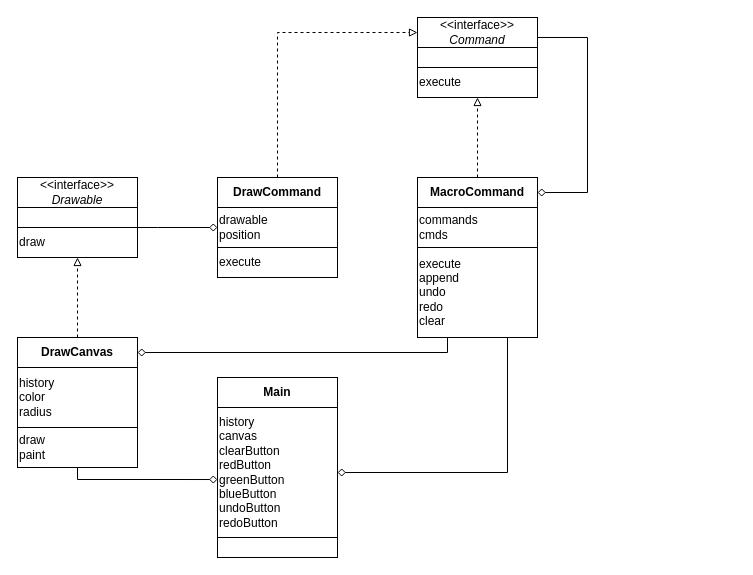
Above: Command Pattern.drawio in HYEONJI-K/2021 (draw.io), before the change. Source tidied: cells renumbered, new cells numbered last; positions are measured from the earlier drawing's top-left corner, leaving out a move shared by most shapes. Both pictures are drawn from the tidied source at 100%, with x=0, y=0 at pixel (17, 17).
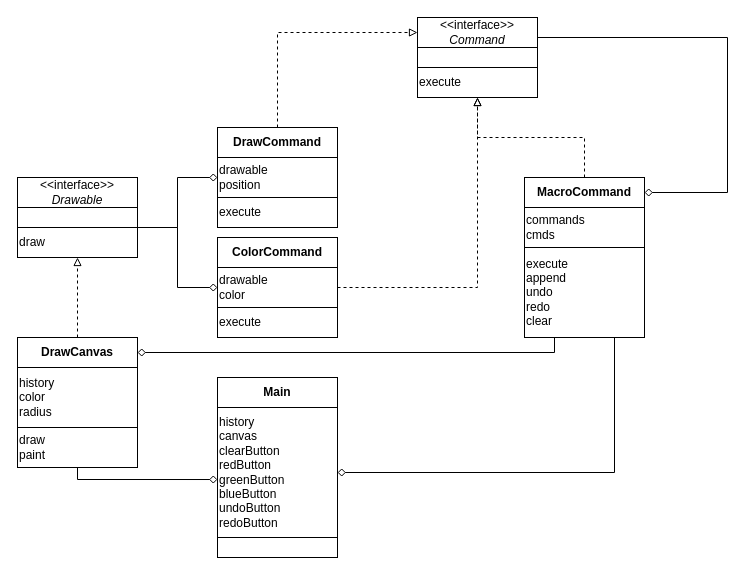
Above is the later version.

The change refers to these unchanged cells:
```xml
<mxCell id="3" style="rounded=0;whiteSpace=wrap;html=1;" parent="1" vertex="1">
  <mxGeometry x="400" y="30" width="120" height="20" as="geometry" />
</mxCell>
<mxCell id="4" value="execute" style="rounded=0;whiteSpace=wrap;html=1;align=left;" parent="1" vertex="1">
  <mxGeometry x="400" y="50" width="120" height="30" as="geometry" />
</mxCell>
<mxCell id="17" value="draw" style="rounded=0;whiteSpace=wrap;html=1;align=left;" parent="1" vertex="1">
  <mxGeometry y="210" width="120" height="30" as="geometry" />
</mxCell>
<mxCell id="20" value="&lt;b&gt;DrawCanvas&lt;/b&gt;" style="rounded=0;whiteSpace=wrap;html=1;" parent="1" vertex="1">
  <mxGeometry y="320" width="120" height="30" as="geometry" />
</mxCell>
```

Change to the diagram source:
```diff
@@
     <mxCell id="5" style="edgeStyle=orthogonalEdgeStyle;rounded=0;jettySize=auto;html=1;exitX=1;exitY=0.5;exitDx=0;exitDy=0;entryX=1;entryY=0;entryDx=0;entryDy=0;startArrow=diamond;startFill=0;endArrow=none;endFill=0;" parent="1" edge="1" source="7" target="3">
       <mxGeometry relative="1" as="geometry">
         <Array as="points">
-          <mxPoint x="570" y="175" />
-          <mxPoint x="570" y="20" />
+          <mxPoint x="710" y="175" />
+          <mxPoint x="710" y="20" />
           <mxPoint x="520" y="20" />
         </Array>
       </mxGeometry>
     </mxCell>
@@
     <mxCell id="7" value="&lt;b&gt;MacroCommand&lt;/b&gt;" style="rounded=0;whiteSpace=wrap;html=1;" parent="1" vertex="1">
-      <mxGeometry x="400" y="160" width="120" height="30" as="geometry" />
+      <mxGeometry x="507" y="160" width="120" height="30" as="geometry" />
     </mxCell>
     <mxCell id="8" value="commands&lt;br&gt;cmds" style="rounded=0;whiteSpace=wrap;html=1;align=left;" parent="1" vertex="1">
-      <mxGeometry x="400" y="190" width="120" height="40" as="geometry" />
+      <mxGeometry x="507" y="190" width="120" height="40" as="geometry" />
     </mxCell>
     <mxCell id="9" value="execute&lt;br&gt;append&lt;br&gt;undo&lt;br&gt;redo&lt;br&gt;clear" style="rounded=0;whiteSpace=wrap;html=1;align=left;" parent="1" vertex="1">
-      <mxGeometry x="400" y="230" width="120" height="90" as="geometry" />
+      <mxGeometry x="507" y="230" width="120" height="90" as="geometry" />
     </mxCell>
@@
     <mxCell id="11" value="&lt;b&gt;DrawCommand&lt;/b&gt;" style="rounded=0;whiteSpace=wrap;html=1;" parent="1" vertex="1">
-      <mxGeometry x="200" y="160" width="120" height="30" as="geometry" />
+      <mxGeometry x="200" y="110" width="120" height="30" as="geometry" />
     </mxCell>
     <mxCell id="12" value="execute" style="rounded=0;whiteSpace=wrap;html=1;align=left;" parent="1" vertex="1">
-      <mxGeometry x="200" y="230" width="120" height="30" as="geometry" />
+      <mxGeometry x="200" y="180" width="120" height="30" as="geometry" />
     </mxCell>
     <mxCell id="13" style="edgeStyle=orthogonalEdgeStyle;rounded=0;jettySize=auto;html=1;exitX=0;exitY=0.5;exitDx=0;exitDy=0;entryX=1;entryY=0;entryDx=0;entryDy=0;endArrow=none;endFill=0;startArrow=diamond;startFill=0;" parent="1" edge="1" source="14" target="17">
       <mxGeometry relative="1" as="geometry">
         <Array as="points">
-          <mxPoint x="140" y="210" />
-          <mxPoint x="140" y="210" />
+          <mxPoint x="160" y="160" />
+          <mxPoint x="160" y="210" />
         </Array>
       </mxGeometry>
     </mxCell>
     <mxCell id="14" value="drawable&lt;br&gt;position" style="rounded=0;whiteSpace=wrap;html=1;align=left;" parent="1" vertex="1">
-      <mxGeometry x="200" y="190" width="120" height="40" as="geometry" />
+      <mxGeometry x="200" y="140" width="120" height="40" as="geometry" />
     </mxCell>
@@
+    <mxCell id="28" style="edgeStyle=orthogonalEdgeStyle;rounded=0;jettySize=auto;html=1;exitX=1;exitY=0;exitDx=0;exitDy=0;entryX=0;entryY=0.5;entryDx=0;entryDy=0;endArrow=diamond;endFill=0;" parent="1" edge="1" source="17" target="32">
+      <mxGeometry relative="1" as="geometry">
+        <Array as="points">
+          <mxPoint x="160" y="210" />
+          <mxPoint x="160" y="270" />
+        </Array>
+      </mxGeometry>
+    </mxCell>
@@
     <mxCell id="19" style="edgeStyle=orthogonalEdgeStyle;rounded=0;jettySize=auto;html=1;exitX=1;exitY=0.5;exitDx=0;exitDy=0;entryX=0.25;entryY=1;entryDx=0;entryDy=0;startArrow=diamond;startFill=0;endArrow=none;endFill=0;" parent="1" edge="1" source="20" target="9">
       <mxGeometry relative="1" as="geometry">
         <Array as="points">
-          <mxPoint x="430" y="335" />
+          <mxPoint x="537" y="335" />
         </Array>
       </mxGeometry>
     </mxCell>
@@
+    <mxCell id="29" value="&lt;b&gt;ColorCommand&lt;/b&gt;" style="rounded=0;whiteSpace=wrap;html=1;" parent="1" vertex="1">
+      <mxGeometry x="200" y="220" width="120" height="30" as="geometry" />
+    </mxCell>
+    <mxCell id="30" value="execute" style="rounded=0;whiteSpace=wrap;html=1;align=left;" parent="1" vertex="1">
+      <mxGeometry x="200" y="290" width="120" height="30" as="geometry" />
+    </mxCell>
+    <mxCell id="31" style="edgeStyle=orthogonalEdgeStyle;rounded=0;jettySize=auto;html=1;exitX=1;exitY=0.5;exitDx=0;exitDy=0;entryX=0.5;entryY=1;entryDx=0;entryDy=0;dashed=1;startArrow=none;startFill=0;endArrow=block;endFill=0;" parent="1" edge="1" source="32" target="4">
+      <mxGeometry relative="1" as="geometry" />
+    </mxCell>
+    <mxCell id="32" value="drawable&lt;br&gt;color" style="rounded=0;whiteSpace=wrap;html=1;align=left;" parent="1" vertex="1">
+      <mxGeometry x="200" y="250" width="120" height="40" as="geometry" />
+    </mxCell>
```
